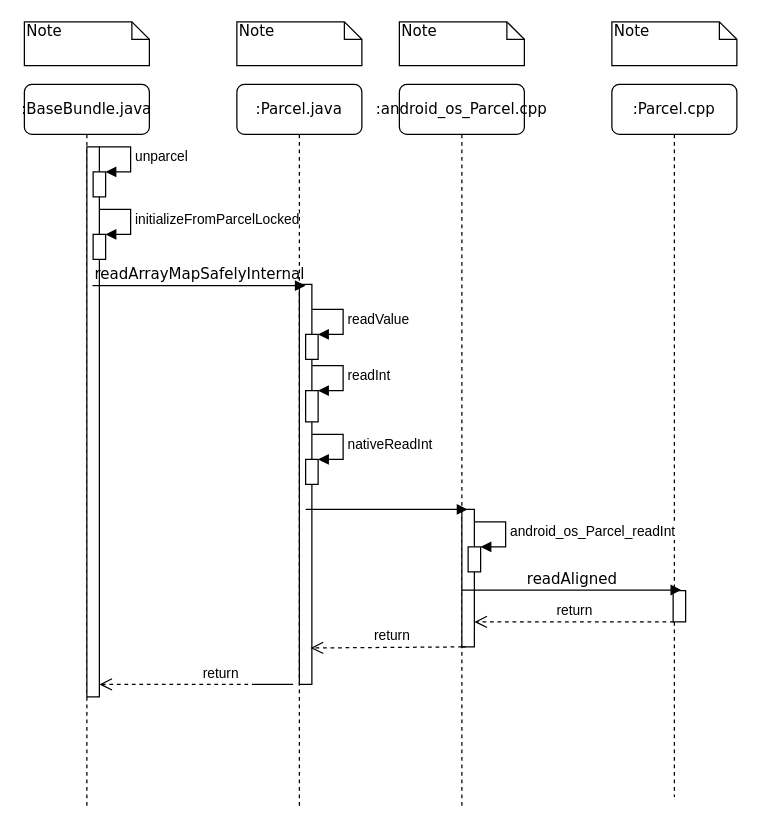
Before: BundleFlow.drawio in yocn/draw.io, a draw.io diagram. Source tidied: cells renumbered, new cells numbered last; positions are measured from the earlier drawing's top-left corner, leaving out a move shared by most shapes. Both pictures are drawn from the tidied source at 125%, with x=0, y=0 at pixel (24, 21).
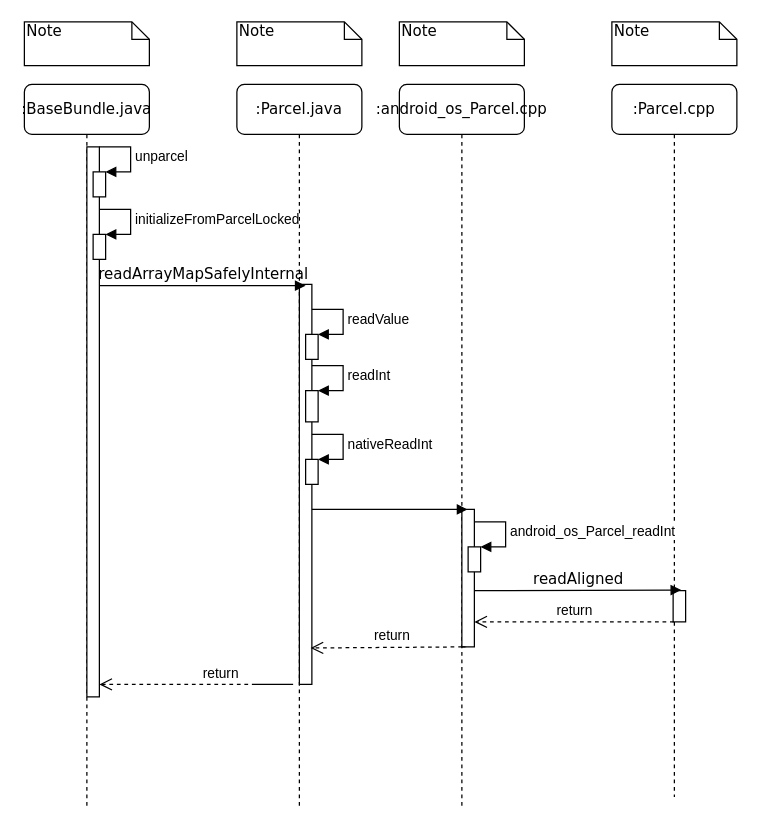
Above is the later version.

Unchanged cells that the change refers to:
```xml
<mxCell id="8" value=":android_os_Parcel.cpp" style="shape=umlLifeline;perimeter=lifelinePerimeter;whiteSpace=wrap;html=1;outlineConnect=0;rounded=1;shadow=0;comic=0;labelBackgroundColor=none;strokeWidth=1;fontFamily=Verdana;fontSize=12;align=center;" parent="1" vertex="1">
  <mxGeometry x="300" y="50" width="100" height="580" as="geometry" />
</mxCell>
```

Diff of the diagram source:
```diff
@@
     <mxCell id="16" value="readArrayMapSafelyInternal" style="html=1;verticalAlign=bottom;endArrow=block;labelBackgroundColor=none;fontFamily=Verdana;fontSize=12;edgeStyle=elbowEdgeStyle;elbow=vertical;" parent="1" edge="1">
       <mxGeometry relative="1" as="geometry">
-        <mxPoint x="54.5" y="211" as="sourcePoint" />
+        <mxPoint x="60" y="211" as="sourcePoint" />
         <mxPoint x="225" y="211" as="targetPoint" />
         <Array as="points">
           <mxPoint x="145" y="211" />
           <mxPoint x="185" y="226" />
         </Array>
       </mxGeometry>
     </mxCell>
@@
     <mxCell id="25" style="html=1;verticalAlign=bottom;endArrow=block;labelBackgroundColor=none;fontFamily=Verdana;fontSize=12;edgeStyle=elbowEdgeStyle;elbow=vertical;" parent="1" edge="1">
       <mxGeometry relative="1" as="geometry">
-        <mxPoint x="225" y="390" as="sourcePoint" />
+        <mxPoint x="230" y="390" as="sourcePoint" />
         <mxPoint x="354.5" y="390" as="targetPoint" />
         <Array as="points">
           <mxPoint x="325" y="390" />
           <mxPoint x="230" y="430" />
         </Array>
       </mxGeometry>
     </mxCell>
@@
-    <mxCell id="28" value="readAligned" style="html=1;verticalAlign=bottom;endArrow=block;labelBackgroundColor=none;fontFamily=Verdana;fontSize=12;edgeStyle=elbowEdgeStyle;elbow=vertical;" parent="1" edge="1" source="8">
+    <mxCell id="28" value="readAligned" style="html=1;verticalAlign=bottom;endArrow=block;labelBackgroundColor=none;fontFamily=Verdana;fontSize=12;edgeStyle=elbowEdgeStyle;elbow=vertical;" parent="1" edge="1">
       <mxGeometry relative="1" as="geometry">
+        <mxPoint x="360" y="455" as="sourcePoint" />
         <mxPoint x="525.5" y="454.5" as="targetPoint" />
         <Array as="points">
           <mxPoint x="445.5" y="454.5" />
           <mxPoint x="485.5" y="469.5" />
         </Array>
       </mxGeometry>
     </mxCell>
```
